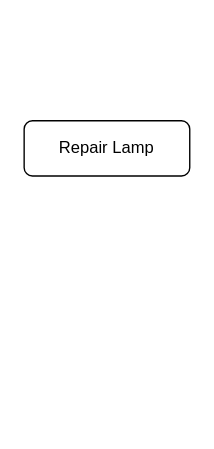
Before: QC工作交接单.drawio in pbm0802/GitIDEATest, a draw.io diagram. Source tidied: cells renumbered, new cells numbered last; positions are measured from the earlier drawing's top-left corner, leaving out a move shared by most shapes. Both pictures are drawn from the tidied source at 138%, with x=0, y=0 at pixel (23, 120).
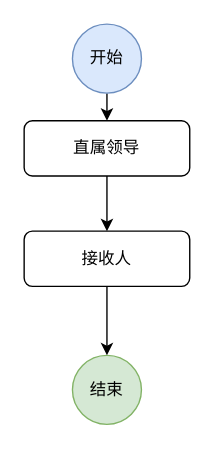
The same page after the edit.

Commit message (it also covers changes not shown here):
更新QC工作交接单.drawio

Diff of the diagram source:
```diff
@@
 <mxGraphModel>
   <root>
     <mxCell id="0" />
     <mxCell id="1" parent="0" />
+    <mxCell id="3" style="edgeStyle=orthogonalEdgeStyle;rounded=0;jettySize=auto;html=1;exitX=0.5;exitY=1;exitDx=0;exitDy=0;entryX=0.5;entryY=0;entryDx=0;entryDy=0;" parent="1" edge="1" source="2" target="8">
+      <mxGeometry relative="1" as="geometry" />
+    </mxCell>
-    <mxCell id="2" value="Repair Lamp" style="rounded=1;whiteSpace=wrap;html=1;fontSize=12;glass=0;strokeWidth=1;shadow=0;" parent="1" vertex="1">
+    <mxCell id="2" value="直属领导" style="rounded=1;whiteSpace=wrap;html=1;fontSize=12;glass=0;strokeWidth=1;shadow=0;" parent="1" vertex="1">
       <mxGeometry width="120" height="40" as="geometry" />
     </mxCell>
+    <mxCell id="4" style="edgeStyle=orthogonalEdgeStyle;rounded=0;jettySize=auto;html=1;exitX=0.5;exitY=1;exitDx=0;exitDy=0;entryX=0.5;entryY=0;entryDx=0;entryDy=0;" parent="1" edge="1" source="5" target="2">
+      <mxGeometry relative="1" as="geometry" />
+    </mxCell>
+    <mxCell id="5" value="开始" style="ellipse;whiteSpace=wrap;html=1;fillColor=#dae8fc;strokeColor=#6c8ebf;" parent="1" vertex="1">
+      <mxGeometry x="35" y="-70" width="50" height="50" as="geometry" />
+    </mxCell>
+    <mxCell id="6" value="结束" style="ellipse;whiteSpace=wrap;html=1;fillColor=#d5e8d4;strokeColor=#82b366;" parent="1" vertex="1">
+      <mxGeometry x="35" y="170" width="50" height="50" as="geometry" />
+    </mxCell>
+    <mxCell id="7" style="edgeStyle=orthogonalEdgeStyle;rounded=0;jettySize=auto;html=1;exitX=0.5;exitY=1;exitDx=0;exitDy=0;entryX=0.5;entryY=0;entryDx=0;entryDy=0;" parent="1" edge="1" source="8" target="6">
+      <mxGeometry relative="1" as="geometry" />
+    </mxCell>
+    <mxCell id="8" value="接收人" style="rounded=1;whiteSpace=wrap;html=1;fontSize=12;glass=0;strokeWidth=1;shadow=0;" parent="1" vertex="1">
+      <mxGeometry y="80" width="120" height="40" as="geometry" />
+    </mxCell>
   </root>
 </mxGraphModel>
```
